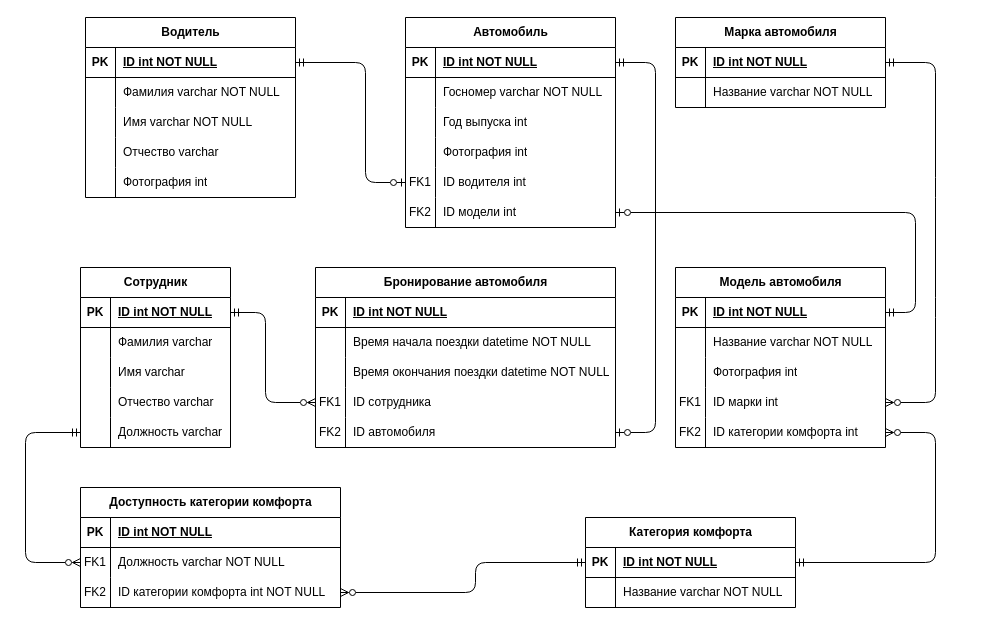
The draw.io diagram test-task/Diagram/Diagram.drawio in ShkulovNikita/only-tasks, before the edit. Source tidied: cells renumbered, new cells numbered last; positions are measured from the earlier drawing's top-left corner, leaving out a move shared by most shapes. Both pictures are drawn from the tidied source at 100%, with x=0, y=0 at pixel (25, 17).
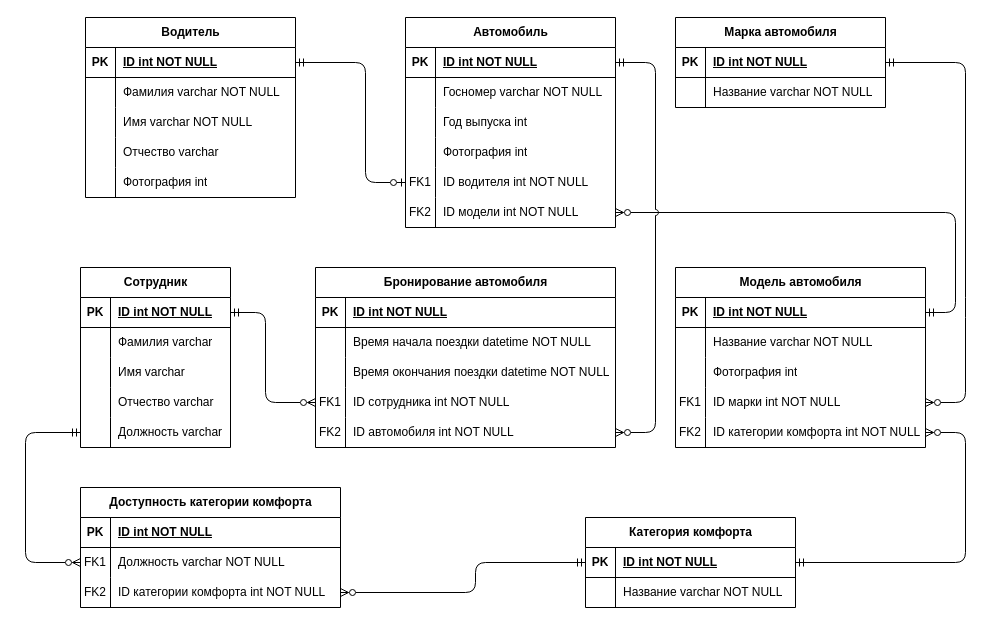
The same diagram, later.

Commit message (it also covers changes not shown here):
Исправления диаграммы.

Unchanged cells that the change refers to:
```xml
<mxCell id="35" style="shape=tableRow;horizontal=0;startSize=0;swimlaneHead=0;swimlaneBody=0;fillColor=none;points=[[0,0.5],[1,0.5]];portConstraint=eastwest;top=0;left=0;right=0;bottom=1;" parent="34" vertex="1">
  <mxGeometry y="30" width="210" height="30" as="geometry" />
</mxCell>
<mxCell id="58" style="shape=tableRow;horizontal=0;startSize=0;swimlaneHead=0;swimlaneBody=0;fillColor=none;points=[[0,0.5],[1,0.5]];portConstraint=eastwest;top=0;left=0;right=0;bottom=1;" parent="57" vertex="1">
  <mxGeometry y="30" width="210" height="30" as="geometry" />
</mxCell>
<mxCell id="70" style="shape=tableRow;horizontal=0;startSize=0;swimlaneHead=0;swimlaneBody=0;fillColor=none;points=[[0,0.5],[1,0.5]];portConstraint=eastwest;top=0;left=0;right=0;bottom=0;" parent="57" vertex="1">
  <mxGeometry y="150" width="210" height="30" as="geometry" />
</mxCell>
<mxCell id="73" style="shape=tableRow;horizontal=0;startSize=0;swimlaneHead=0;swimlaneBody=0;fillColor=none;points=[[0,0.5],[1,0.5]];portConstraint=eastwest;top=0;left=0;right=0;bottom=0;" parent="57" vertex="1">
  <mxGeometry y="180" width="210" height="30" as="geometry" />
</mxCell>
<mxCell id="86" style="shape=tableRow;horizontal=0;startSize=0;swimlaneHead=0;swimlaneBody=0;fillColor=none;points=[[0,0.5],[1,0.5]];portConstraint=eastwest;top=0;left=0;right=0;bottom=0;" parent="76" vertex="1">
  <mxGeometry y="120" width="300" height="30" as="geometry" />
</mxCell>
<mxCell id="89" style="shape=tableRow;horizontal=0;startSize=0;swimlaneHead=0;swimlaneBody=0;fillColor=none;points=[[0,0.5],[1,0.5]];portConstraint=eastwest;top=0;left=0;right=0;bottom=0;" parent="76" vertex="1">
  <mxGeometry y="150" width="300" height="30" as="geometry" />
</mxCell>
<mxCell id="93" style="shape=tableRow;horizontal=0;startSize=0;swimlaneHead=0;swimlaneBody=0;fillColor=none;points=[[0,0.5],[1,0.5]];portConstraint=eastwest;top=0;left=0;right=0;bottom=1;" parent="92" vertex="1">
  <mxGeometry y="30" width="210" height="30" as="geometry" />
</mxCell>
```

The edit, as a diff of the source:
```diff
@@
     <mxCell id="18" value="Модель автомобиля" style="shape=table;startSize=30;childLayout=tableLayout;rowLines=0;fontStyle=1;align=center;html=1;" parent="1" vertex="1">
-      <mxGeometry x="650" y="250" width="210" height="180" as="geometry" />
+      <mxGeometry x="650" y="250" width="250" height="180" as="geometry" />
     </mxCell>
     <mxCell id="19" style="shape=tableRow;horizontal=0;startSize=0;swimlaneHead=0;swimlaneBody=0;fillColor=none;points=[[0,0.5],[1,0.5]];portConstraint=eastwest;top=0;left=0;right=0;bottom=1;" parent="18" vertex="1">
-      <mxGeometry y="30" width="210" height="30" as="geometry" />
+      <mxGeometry y="30" width="250" height="30" as="geometry" />
     </mxCell>
@@
     <mxCell id="21" value="ID int NOT NULL" style="shape=partialRectangle;fillColor=none;top=0;left=0;bottom=0;right=0;align=left;spacingLeft=6;fontStyle=5;overflow=hidden;whiteSpace=wrap;html=1;" parent="19" vertex="1">
-      <mxGeometry x="30" width="180" height="30" as="geometry" />
+      <mxGeometry x="30" width="220" height="30" as="geometry" />
     </mxCell>
     <mxCell id="22" style="shape=tableRow;horizontal=0;startSize=0;swimlaneHead=0;swimlaneBody=0;fillColor=none;top=0;left=0;right=0;bottom=0;" parent="18" vertex="1">
-      <mxGeometry y="60" width="210" height="30" as="geometry" />
+      <mxGeometry y="60" width="250" height="30" as="geometry" />
     </mxCell>
@@
     <mxCell id="24" value="Название varchar NOT NULL" style="shape=partialRectangle;fillColor=none;top=0;left=0;bottom=0;right=0;align=left;spacingLeft=6;overflow=hidden;whiteSpace=wrap;html=1;" parent="22" vertex="1">
-      <mxGeometry x="30" width="180" height="30" as="geometry" />
+      <mxGeometry x="30" width="220" height="30" as="geometry" />
     </mxCell>
     <mxCell id="25" style="shape=tableRow;horizontal=0;startSize=0;swimlaneHead=0;swimlaneBody=0;fillColor=none;top=0;left=0;right=0;bottom=0;" parent="18" vertex="1">
-      <mxGeometry y="90" width="210" height="30" as="geometry" />
+      <mxGeometry y="90" width="250" height="30" as="geometry" />
     </mxCell>
@@
     <mxCell id="27" value="Фотография int" style="shape=partialRectangle;fillColor=none;top=0;left=0;bottom=0;right=0;align=left;spacingLeft=6;overflow=hidden;whiteSpace=wrap;html=1;" parent="25" vertex="1">
-      <mxGeometry x="30" width="180" height="30" as="geometry" />
+      <mxGeometry x="30" width="220" height="30" as="geometry" />
     </mxCell>
     <mxCell id="28" style="shape=tableRow;horizontal=0;startSize=0;swimlaneHead=0;swimlaneBody=0;fillColor=none;points=[[0,0.5],[1,0.5]];portConstraint=eastwest;top=0;left=0;right=0;bottom=0;" parent="18" vertex="1">
-      <mxGeometry y="120" width="210" height="30" as="geometry" />
+      <mxGeometry y="120" width="250" height="30" as="geometry" />
     </mxCell>
@@
-    <mxCell id="30" value="ID марки int" style="shape=partialRectangle;fillColor=none;top=0;left=0;bottom=0;right=0;align=left;spacingLeft=6;overflow=hidden;whiteSpace=wrap;html=1;" parent="28" vertex="1">
-      <mxGeometry x="30" width="180" height="30" as="geometry" />
+    <mxCell id="30" value="ID марки int NOT NULL" style="shape=partialRectangle;fillColor=none;top=0;left=0;bottom=0;right=0;align=left;spacingLeft=6;overflow=hidden;whiteSpace=wrap;html=1;" parent="28" vertex="1">
+      <mxGeometry x="30" width="220" height="30" as="geometry" />
     </mxCell>
     <mxCell id="31" style="shape=tableRow;horizontal=0;startSize=0;swimlaneHead=0;swimlaneBody=0;fillColor=none;points=[[0,0.5],[1,0.5]];portConstraint=eastwest;top=0;left=0;right=0;bottom=0;" parent="18" vertex="1">
-      <mxGeometry y="150" width="210" height="30" as="geometry" />
+      <mxGeometry y="150" width="250" height="30" as="geometry" />
     </mxCell>
@@
-    <mxCell id="33" value="ID категории комфорта int" style="shape=partialRectangle;fillColor=none;top=0;left=0;bottom=0;right=0;align=left;spacingLeft=6;overflow=hidden;whiteSpace=wrap;html=1;" parent="31" vertex="1">
-      <mxGeometry x="30" width="180" height="30" as="geometry" />
+    <mxCell id="33" value="ID категории комфорта int NOT NULL" style="shape=partialRectangle;fillColor=none;top=0;left=0;bottom=0;right=0;align=left;spacingLeft=6;overflow=hidden;whiteSpace=wrap;html=1;" parent="31" vertex="1">
+      <mxGeometry x="30" width="220" height="30" as="geometry" />
     </mxCell>
@@
-    <mxCell id="72" value="ID водителя int" style="shape=partialRectangle;fillColor=none;top=0;left=0;bottom=0;right=0;align=left;spacingLeft=6;overflow=hidden;whiteSpace=wrap;html=1;" parent="70" vertex="1">
+    <mxCell id="72" value="ID водителя int NOT NULL" style="shape=partialRectangle;fillColor=none;top=0;left=0;bottom=0;right=0;align=left;spacingLeft=6;overflow=hidden;whiteSpace=wrap;html=1;" parent="70" vertex="1">
       <mxGeometry x="30" width="180" height="30" as="geometry" />
     </mxCell>
@@
-    <mxCell id="75" value="ID модели int" style="shape=partialRectangle;fillColor=none;top=0;left=0;bottom=0;right=0;align=left;spacingLeft=6;overflow=hidden;whiteSpace=wrap;html=1;" parent="73" vertex="1">
+    <mxCell id="75" value="ID модели int NOT NULL" style="shape=partialRectangle;fillColor=none;top=0;left=0;bottom=0;right=0;align=left;spacingLeft=6;overflow=hidden;whiteSpace=wrap;html=1;" parent="73" vertex="1">
       <mxGeometry x="30" width="180" height="30" as="geometry" />
     </mxCell>
@@
-    <mxCell id="88" value="ID сотрудника" style="shape=partialRectangle;fillColor=none;top=0;left=0;bottom=0;right=0;align=left;spacingLeft=6;overflow=hidden;whiteSpace=wrap;html=1;" parent="86" vertex="1">
+    <mxCell id="88" value="ID сотрудника int NOT NULL" style="shape=partialRectangle;fillColor=none;top=0;left=0;bottom=0;right=0;align=left;spacingLeft=6;overflow=hidden;whiteSpace=wrap;html=1;" parent="86" vertex="1">
       <mxGeometry x="30" width="270" height="30" as="geometry" />
     </mxCell>
@@
-    <mxCell id="91" value="ID автомобиля" style="shape=partialRectangle;fillColor=none;top=0;left=0;bottom=0;right=0;align=left;spacingLeft=6;overflow=hidden;whiteSpace=wrap;html=1;" parent="89" vertex="1">
+    <mxCell id="91" value="ID автомобиля int NOT NULL" style="shape=partialRectangle;fillColor=none;top=0;left=0;bottom=0;right=0;align=left;spacingLeft=6;overflow=hidden;whiteSpace=wrap;html=1;" parent="89" vertex="1">
       <mxGeometry x="30" width="270" height="30" as="geometry" />
     </mxCell>
@@
     <mxCell id="100" style="endArrow=ERmandOne;html=1;rounded=1;startArrow=ERzeroToMany;startFill=0;endFill=0;exitX=1;exitY=0.5;exitDx=0;exitDy=0;entryX=1;entryY=0.5;entryDx=0;entryDy=0;" parent="1" edge="1" source="31" target="93">
       <mxGeometry relative="1" as="geometry">
         <Array as="points">
-          <mxPoint x="910" y="415" />
-          <mxPoint x="910" y="545" />
+          <mxPoint x="940" y="415" />
+          <mxPoint x="940" y="545" />
         </Array>
       </mxGeometry>
     </mxCell>
@@
     <mxCell id="103" style="endArrow=ERmandOne;html=1;rounded=1;startArrow=ERzeroToMany;startFill=0;endFill=0;exitX=1;exitY=0.5;exitDx=0;exitDy=0;entryX=1;entryY=0.5;entryDx=0;entryDy=0;" parent="1" edge="1" source="28" target="35">
       <mxGeometry relative="1" as="geometry">
         <Array as="points">
-          <mxPoint x="910" y="385" />
-          <mxPoint x="910" y="290" />
-          <mxPoint x="910" y="170" />
-          <mxPoint x="910" y="45" />
+          <mxPoint x="940" y="385" />
+          <mxPoint x="940" y="290" />
+          <mxPoint x="940" y="45" />
         </Array>
       </mxGeometry>
     </mxCell>
@@
-    <mxCell id="105" style="endArrow=ERzeroToOne;html=1;rounded=1;startArrow=ERmandOne;startFill=0;endFill=0;exitX=1;exitY=0.5;exitDx=0;exitDy=0;entryX=1;entryY=0.5;entryDx=0;entryDy=0;" parent="1" edge="1" source="58" target="89">
-      <mxGeometry relative="1" as="geometry">
-        <Array as="points">
-          <mxPoint x="630" y="45" />
-          <mxPoint x="630" y="415" />
-        </Array>
-      </mxGeometry>
-    </mxCell>
@@
-    <mxCell id="116" style="endArrow=ERzeroToOne;html=1;rounded=1;startArrow=ERmandOne;startFill=0;endFill=0;exitX=1;exitY=0.5;exitDx=0;exitDy=0;entryX=1;entryY=0.5;entryDx=0;entryDy=0;" parent="1" edge="1" source="19" target="73">
-      <mxGeometry relative="1" as="geometry">
-        <Array as="points">
-          <mxPoint x="890" y="295" />
-          <mxPoint x="890" y="195" />
-        </Array>
-      </mxGeometry>
-    </mxCell>
+    <mxCell id="117" style="endArrow=ERmandOne;html=1;rounded=1;startArrow=ERzeroToMany;startFill=0;endFill=0;exitX=1;exitY=0.5;exitDx=0;exitDy=0;entryX=1;entryY=0.5;entryDx=0;entryDy=0;" parent="1" edge="1" source="73" target="19">
+      <mxGeometry relative="1" as="geometry">
+        <Array as="points">
+          <mxPoint x="930" y="195" />
+          <mxPoint x="930" y="295" />
+        </Array>
+      </mxGeometry>
+    </mxCell>
+    <mxCell id="118" style="endArrow=ERmandOne;html=1;rounded=1;startArrow=ERzeroToMany;startFill=0;endFill=0;exitX=1;exitY=0.5;exitDx=0;exitDy=0;entryX=1;entryY=0.5;entryDx=0;entryDy=0;jumpStyle=arc;" parent="1" edge="1" source="89" target="58">
+      <mxGeometry relative="1" as="geometry">
+        <Array as="points">
+          <mxPoint x="630" y="415" />
+          <mxPoint x="630" y="45" />
+        </Array>
+      </mxGeometry>
+    </mxCell>
```
